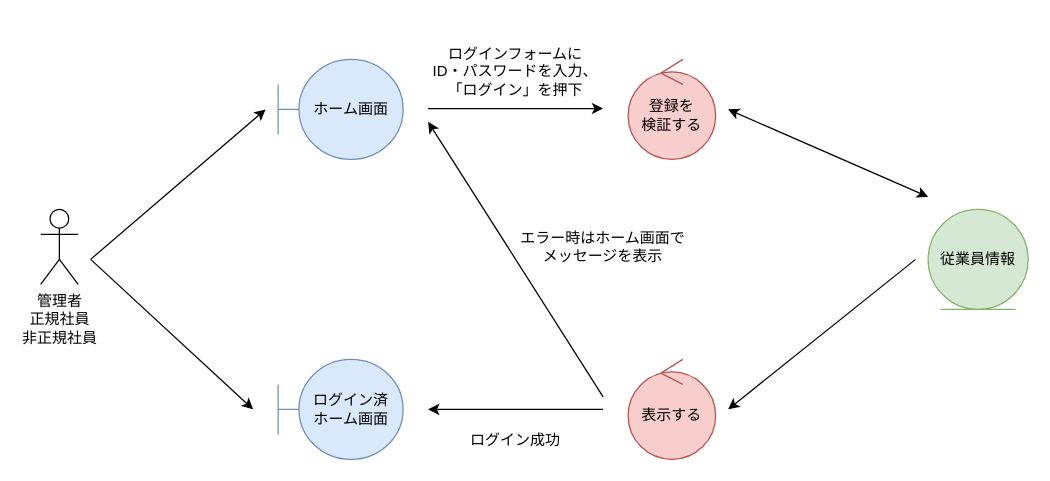
HaruShim/Sotuken keeps this draw.io diagram as 各種設計書/3ロバストネス図/ログイン.drawio. Above is the earlier version. Source tidied: cells renumbered, new cells numbered last; positions are measured from the earlier drawing's top-left corner, leaving out a move shared by most shapes. Both pictures are drawn from the tidied source at 125%, with x=0, y=0 at pixel (40, 34).
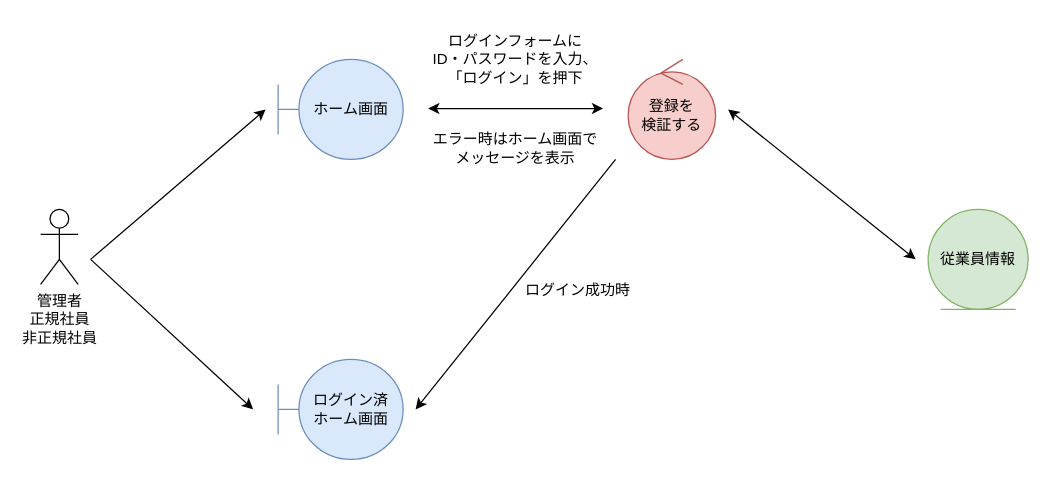
Above is the later version.

The edit, as a diff of the source:
```diff
@@
-    <mxCell id="5" style="endArrow=classic;html=1;rounded=0;endFill=1;startArrow=classic;startFill=1;" parent="1" edge="1">
-      <mxGeometry relative="1" as="geometry">
-        <mxPoint x="710" y="130" as="sourcePoint" />
-        <mxPoint x="550" y="60" as="targetPoint" />
-      </mxGeometry>
-    </mxCell>
-    <mxCell id="6" style="endArrow=classic;html=1;rounded=0;" parent="1" edge="1">
-      <mxGeometry relative="1" as="geometry">
-        <mxPoint x="40" y="180" as="sourcePoint" />
-        <mxPoint x="170" y="300" as="targetPoint" />
-      </mxGeometry>
-    </mxCell>
-    <mxCell id="7" value="表示する" style="ellipse;shape=umlControl;whiteSpace=wrap;html=1;fillColor=#f8cecc;strokeColor=#b85450;" parent="1" vertex="1">
-      <mxGeometry x="470" y="260" width="70" height="80" as="geometry" />
-    </mxCell>
+    <mxCell id="18" style="endArrow=classic;html=1;rounded=0;endFill=1;startArrow=classic;startFill=1;" parent="1" edge="1">
+      <mxGeometry relative="1" as="geometry">
+        <mxPoint x="700" y="180" as="sourcePoint" />
+        <mxPoint x="550" y="60" as="targetPoint" />
+      </mxGeometry>
+    </mxCell>
+    <mxCell id="19" style="endArrow=classic;html=1;rounded=0;" parent="1" edge="1">
+      <mxGeometry relative="1" as="geometry">
+        <mxPoint x="40" y="180" as="sourcePoint" />
+        <mxPoint x="170" y="300" as="targetPoint" />
+      </mxGeometry>
+    </mxCell>
@@
-    <mxCell id="9" style="endArrow=classic;html=1;rounded=0;" parent="1" edge="1">
-      <mxGeometry relative="1" as="geometry">
-        <mxPoint x="40" y="180" as="sourcePoint" />
-        <mxPoint x="180" y="60" as="targetPoint" />
-      </mxGeometry>
-    </mxCell>
-    <mxCell id="10" style="endArrow=classic;html=1;rounded=0;" parent="1" edge="1">
-      <mxGeometry relative="1" as="geometry">
-        <mxPoint x="310" y="59.3" as="sourcePoint" />
-        <mxPoint x="450" y="59.3" as="targetPoint" />
-      </mxGeometry>
-    </mxCell>
+    <mxCell id="20" style="endArrow=classic;html=1;rounded=0;" parent="1" edge="1">
+      <mxGeometry relative="1" as="geometry">
+        <mxPoint x="40" y="180" as="sourcePoint" />
+        <mxPoint x="180" y="60" as="targetPoint" />
+      </mxGeometry>
+    </mxCell>
+    <mxCell id="21" style="endArrow=classic;html=1;rounded=0;startArrow=classic;startFill=1;" parent="1" edge="1">
+      <mxGeometry relative="1" as="geometry">
+        <mxPoint x="310" y="59.3" as="sourcePoint" />
+        <mxPoint x="450" y="59.3" as="targetPoint" />
+      </mxGeometry>
+    </mxCell>
@@
-    <mxCell id="12" style="endArrow=none;html=1;rounded=0;endFill=0;startArrow=classic;startFill=1;" parent="1" edge="1">
-      <mxGeometry relative="1" as="geometry">
-        <mxPoint x="550" y="300" as="sourcePoint" />
-        <mxPoint x="700" y="180" as="targetPoint" />
-      </mxGeometry>
-    </mxCell>
-    <mxCell id="13" style="endArrow=none;html=1;rounded=0;endFill=0;startArrow=classic;startFill=1;" parent="1" edge="1">
-      <mxGeometry relative="1" as="geometry">
-        <mxPoint x="310" y="300" as="sourcePoint" />
-        <mxPoint x="450" y="300" as="targetPoint" />
-      </mxGeometry>
-    </mxCell>
-    <mxCell id="14" style="endArrow=none;html=1;rounded=0;endFill=0;startArrow=classic;startFill=1;" parent="1" edge="1">
-      <mxGeometry relative="1" as="geometry">
-        <mxPoint x="310" y="70" as="sourcePoint" />
-        <mxPoint x="450" y="290" as="targetPoint" />
-      </mxGeometry>
-    </mxCell>
     <mxCell id="15" value="ログインフォームに&lt;br&gt;ID・パスワードを入力、&lt;br&gt;「ログイン」を押下" style="text;html=1;strokeColor=none;fillColor=none;align=center;verticalAlign=middle;whiteSpace=wrap;rounded=0;" parent="1" vertex="1">
-      <mxGeometry x="310" width="140" height="60" as="geometry" />
+      <mxGeometry x="310" y="-10" width="140" height="60" as="geometry" />
     </mxCell>
-    <mxCell id="16" value="ログイン成功" style="text;html=1;strokeColor=none;fillColor=none;align=center;verticalAlign=middle;whiteSpace=wrap;rounded=0;" parent="1" vertex="1">
-      <mxGeometry x="310" y="310" width="140" height="30" as="geometry" />
-    </mxCell>
+    <mxCell id="22" value="ログイン成功時" style="text;html=1;strokeColor=none;fillColor=none;align=center;verticalAlign=middle;whiteSpace=wrap;rounded=0;" parent="1" vertex="1">
+      <mxGeometry x="360" y="190" width="140" height="30" as="geometry" />
+    </mxCell>
     <mxCell id="17" value="エラー時はホーム画面で&lt;br&gt;メッセージを表示" style="text;html=1;strokeColor=none;fillColor=none;align=center;verticalAlign=middle;whiteSpace=wrap;rounded=0;" parent="1" vertex="1">
-      <mxGeometry x="380" y="148.8" width="140" height="42.5" as="geometry" />
+      <mxGeometry x="310" y="70" width="140" height="42.5" as="geometry" />
     </mxCell>
+    <mxCell id="23" style="endArrow=none;html=1;rounded=0;endFill=0;startArrow=classic;startFill=1;" parent="1" edge="1">
+      <mxGeometry relative="1" as="geometry">
+        <mxPoint x="300" y="300" as="sourcePoint" />
+        <mxPoint x="460" y="100" as="targetPoint" />
+      </mxGeometry>
+    </mxCell>
```
